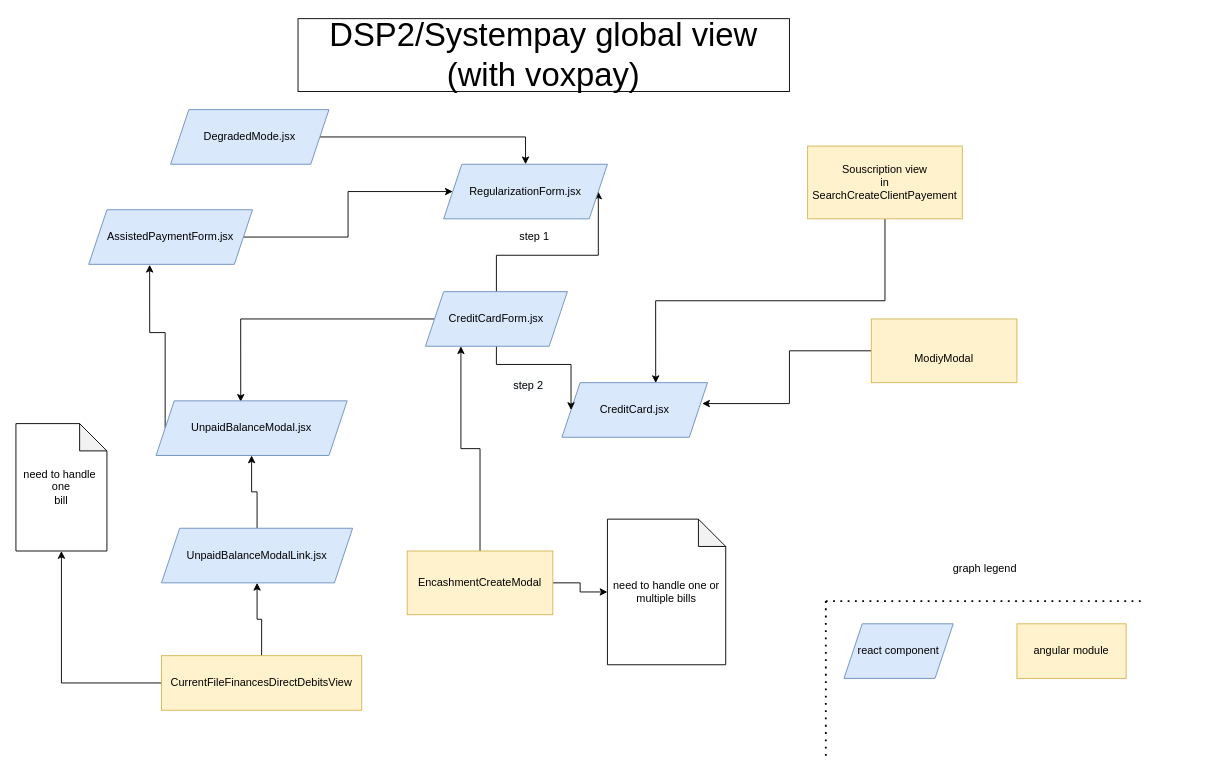
clemgbld/Diagram keeps this draw.io diagram as Diagramme sans nom.drawio. Above is the earlier version. Source tidied: cells renumbered, new cells numbered last; positions are measured from the earlier drawing's top-left corner, leaving out a move shared by most shapes. Both pictures are drawn from the tidied source at 91%, with x=0, y=0 at pixel (15, 18).
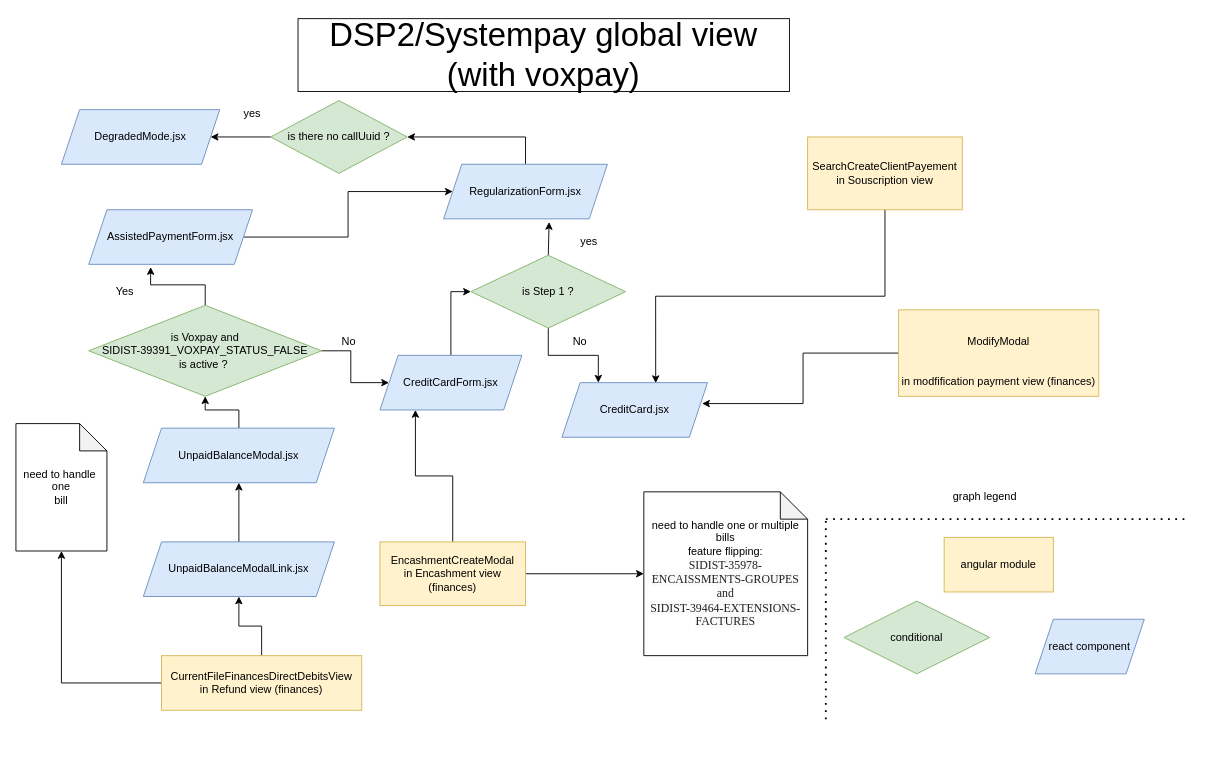
The same diagram, later.

Commit message:
Mettre à jour Diagramme sans nom.drawio

The change refers to these unchanged cells:
```xml
<mxCell id="4" value="CreditCard.jsx" style="shape=parallelogram;perimeter=parallelogramPerimeter;whiteSpace=wrap;html=1;fixedSize=1;fillColor=#dae8fc;strokeColor=#6c8ebf;" parent="1" vertex="1">
  <mxGeometry x="600" y="400" width="160" height="60" as="geometry" />
</mxCell>
<mxCell id="22" value="RegularizationForm.jsx" style="shape=parallelogram;perimeter=parallelogramPerimeter;whiteSpace=wrap;html=1;fixedSize=1;fontSize=12;fillColor=#dae8fc;strokeColor=#6c8ebf;" parent="1" vertex="1">
  <mxGeometry x="470" y="160" width="180" height="60" as="geometry" />
</mxCell>
<mxCell id="24" value="AssistedPaymentForm.jsx" style="shape=parallelogram;perimeter=parallelogramPerimeter;whiteSpace=wrap;html=1;fixedSize=1;fontSize=12;fillColor=#dae8fc;strokeColor=#6c8ebf;" parent="1" vertex="1">
  <mxGeometry x="80" y="210" width="180" height="60" as="geometry" />
</mxCell>
```

Diff of the diagram source:
```diff
@@
-    <mxCell id="3" value="Souscription view&lt;br&gt;in&lt;br&gt;SearchCreateClientPayement" style="rounded=0;whiteSpace=wrap;html=1;fillColor=#fff2cc;strokeColor=#d6b656;" parent="1" vertex="1">
-      <mxGeometry x="870" y="140" width="170" height="80" as="geometry" />
+    <mxCell id="3" value="SearchCreateClientPayement&lt;br&gt;in Souscription view&lt;br&gt;" style="rounded=0;whiteSpace=wrap;html=1;fillColor=#fff2cc;strokeColor=#d6b656;" parent="1" vertex="1">
+      <mxGeometry x="870" y="130" width="170" height="80" as="geometry" />
     </mxCell>
@@
-    <mxCell id="7" value="&lt;font style=&quot;font-size: 12px;&quot;&gt;ModiyModal&lt;/font&gt;" style="rounded=0;whiteSpace=wrap;html=1;fontSize=36;fillColor=#fff2cc;strokeColor=#d6b656;" parent="1" vertex="1">
-      <mxGeometry x="940" y="330" width="160" height="70" as="geometry" />
+    <mxCell id="7" value="&lt;font style=&quot;font-size: 12px;&quot;&gt;ModifyModal &lt;br&gt;in modfification payment view (finances)&lt;br&gt;&lt;/font&gt;" style="rounded=0;whiteSpace=wrap;html=1;fontSize=36;fillColor=#fff2cc;strokeColor=#d6b656;" parent="1" vertex="1">
+      <mxGeometry x="970" y="320" width="220" height="95" as="geometry" />
     </mxCell>
-    <mxCell id="8" style="edgeStyle=orthogonalEdgeStyle;rounded=0;jettySize=auto;html=1;exitX=0.5;exitY=1;exitDx=0;exitDy=0;entryX=0;entryY=0.5;entryDx=0;entryDy=0;fontSize=12;" parent="1" edge="1" source="11" target="4">
-      <mxGeometry relative="1" as="geometry" />
-    </mxCell>
-    <mxCell id="9" style="edgeStyle=orthogonalEdgeStyle;rounded=0;jettySize=auto;html=1;exitX=0;exitY=0.5;exitDx=0;exitDy=0;entryX=0.443;entryY=0.017;entryDx=0;entryDy=0;entryPerimeter=0;fontSize=12;" parent="1" edge="1" source="11" target="13">
-      <mxGeometry relative="1" as="geometry" />
-    </mxCell>
-    <mxCell id="10" style="edgeStyle=orthogonalEdgeStyle;rounded=0;jettySize=auto;html=1;exitX=0.5;exitY=0;exitDx=0;exitDy=0;entryX=1;entryY=0.5;entryDx=0;entryDy=0;fontSize=12;" parent="1" edge="1" source="11" target="22">
-      <mxGeometry relative="1" as="geometry" />
-    </mxCell>
+    <mxCell id="36" style="edgeStyle=orthogonalEdgeStyle;rounded=0;jettySize=auto;html=1;exitX=0.5;exitY=0;exitDx=0;exitDy=0;entryX=0;entryY=0.5;entryDx=0;entryDy=0;fontSize=12;" parent="1" edge="1" source="11" target="41">
+      <mxGeometry relative="1" as="geometry" />
+    </mxCell>
     <mxCell id="11" value="CreditCardForm.jsx" style="shape=parallelogram;perimeter=parallelogramPerimeter;whiteSpace=wrap;html=1;fixedSize=1;fontSize=12;fillColor=#dae8fc;strokeColor=#6c8ebf;" parent="1" vertex="1">
-      <mxGeometry x="450" y="300" width="156" height="60" as="geometry" />
+      <mxGeometry x="400" y="370" width="156" height="60" as="geometry" />
     </mxCell>
-    <mxCell id="12" style="edgeStyle=orthogonalEdgeStyle;rounded=0;jettySize=auto;html=1;exitX=0;exitY=0.5;exitDx=0;exitDy=0;entryX=0.372;entryY=1.008;entryDx=0;entryDy=0;entryPerimeter=0;fontSize=12;" parent="1" edge="1" source="13" target="24">
-      <mxGeometry relative="1" as="geometry" />
-    </mxCell>
+    <mxCell id="37" style="edgeStyle=orthogonalEdgeStyle;rounded=0;jettySize=auto;html=1;exitX=0.5;exitY=0;exitDx=0;exitDy=0;entryX=0.5;entryY=1;entryDx=0;entryDy=0;fontSize=12;" parent="1" edge="1" source="13" target="46">
+      <mxGeometry relative="1" as="geometry" />
+    </mxCell>
     <mxCell id="13" value="UnpaidBalanceModal.jsx" style="shape=parallelogram;perimeter=parallelogramPerimeter;whiteSpace=wrap;html=1;fixedSize=1;fontSize=12;fillColor=#dae8fc;strokeColor=#6c8ebf;" parent="1" vertex="1">
-      <mxGeometry x="154" y="420" width="210" height="60" as="geometry" />
+      <mxGeometry x="140" y="450" width="210" height="60" as="geometry" />
     </mxCell>
@@
     <mxCell id="15" value="UnpaidBalanceModalLink.jsx" style="shape=parallelogram;perimeter=parallelogramPerimeter;whiteSpace=wrap;html=1;fixedSize=1;fontSize=12;fillColor=#dae8fc;strokeColor=#6c8ebf;" parent="1" vertex="1">
-      <mxGeometry x="160" y="560" width="210" height="60" as="geometry" />
+      <mxGeometry x="140" y="575" width="210" height="60" as="geometry" />
     </mxCell>
@@
-    <mxCell id="18" value="CurrentFileFinancesDirectDebitsView" style="rounded=0;whiteSpace=wrap;html=1;fontSize=12;fillColor=#fff2cc;strokeColor=#d6b656;" parent="1" vertex="1">
+    <mxCell id="18" value="CurrentFileFinancesDirectDebitsView&lt;br&gt;in Refund view (finances)" style="rounded=0;whiteSpace=wrap;html=1;fontSize=12;fillColor=#fff2cc;strokeColor=#d6b656;" parent="1" vertex="1">
       <mxGeometry x="160" y="700" width="220" height="60" as="geometry" />
     </mxCell>
@@
-    <mxCell id="21" value="EncashmentCreateModal" style="rounded=0;whiteSpace=wrap;html=1;fontSize=12;fillColor=#fff2cc;strokeColor=#d6b656;" parent="1" vertex="1">
-      <mxGeometry x="430" y="585" width="160" height="70" as="geometry" />
+    <mxCell id="21" value="EncashmentCreateModal&lt;br&gt;in Encashment view (finances)" style="rounded=0;whiteSpace=wrap;html=1;fontSize=12;fillColor=#fff2cc;strokeColor=#d6b656;" parent="1" vertex="1">
+      <mxGeometry x="400" y="575" width="160" height="70" as="geometry" />
     </mxCell>
+    <mxCell id="38" style="edgeStyle=orthogonalEdgeStyle;rounded=0;jettySize=auto;html=1;exitX=0.5;exitY=0;exitDx=0;exitDy=0;fontSize=12;" parent="1" edge="1" source="22" target="50">
+      <mxGeometry relative="1" as="geometry" />
+    </mxCell>
@@
     <mxCell id="25" value="graph legend" style="text;html=1;strokeColor=none;fillColor=none;align=center;verticalAlign=middle;whiteSpace=wrap;rounded=0;fontSize=12;" parent="1" vertex="1">
-      <mxGeometry x="980" y="590" width="170" height="30" as="geometry" />
+      <mxGeometry x="980" y="510" width="170" height="30" as="geometry" />
     </mxCell>
     <mxCell id="26" style="endArrow=none;dashed=1;html=1;dashPattern=1 3;strokeWidth=2;rounded=0;fontSize=12;" parent="1" edge="1">
       <mxGeometry relative="1" as="geometry">
-        <mxPoint x="890" y="640" as="sourcePoint" />
-        <mxPoint x="1240" y="640" as="targetPoint" />
+        <mxPoint x="890" y="550" as="sourcePoint" />
+        <mxPoint x="1290" y="550" as="targetPoint" />
         <Array as="points">
-          <mxPoint x="1070" y="640" />
+          <mxPoint x="1120" y="550" />
         </Array>
       </mxGeometry>
     </mxCell>
     <mxCell id="27" style="endArrow=none;dashed=1;html=1;dashPattern=1 3;strokeWidth=2;rounded=0;fontSize=12;" parent="1" edge="1">
       <mxGeometry relative="1" as="geometry">
-        <mxPoint x="890" y="810" as="sourcePoint" />
-        <mxPoint x="890" y="640" as="targetPoint" />
+        <mxPoint x="890" y="770" as="sourcePoint" />
+        <mxPoint x="890" y="550" as="targetPoint" />
       </mxGeometry>
     </mxCell>
     <mxCell id="28" value="angular module" style="rounded=0;whiteSpace=wrap;html=1;fontSize=12;fillColor=#fff2cc;strokeColor=#d6b656;" parent="1" vertex="1">
-      <mxGeometry x="1100" y="665" width="120" height="60" as="geometry" />
+      <mxGeometry x="1020" y="570" width="120" height="60" as="geometry" />
     </mxCell>
     <mxCell id="29" value="react component" style="shape=parallelogram;perimeter=parallelogramPerimeter;whiteSpace=wrap;html=1;fixedSize=1;fontSize=12;fillColor=#dae8fc;strokeColor=#6c8ebf;" parent="1" vertex="1">
-      <mxGeometry x="910" y="665" width="120" height="60" as="geometry" />
+      <mxGeometry x="1120" y="660" width="120" height="60" as="geometry" />
     </mxCell>
-    <mxCell id="30" style="edgeStyle=orthogonalEdgeStyle;rounded=0;jettySize=auto;html=1;exitX=1;exitY=0.5;exitDx=0;exitDy=0;entryX=0.5;entryY=0;entryDx=0;entryDy=0;fontSize=12;" parent="1" edge="1" source="31" target="22">
-      <mxGeometry relative="1" as="geometry" />
-    </mxCell>
     <mxCell id="31" value="DegradedMode.jsx" style="shape=parallelogram;perimeter=parallelogramPerimeter;whiteSpace=wrap;html=1;fixedSize=1;fontSize=12;fillColor=#dae8fc;strokeColor=#6c8ebf;" parent="1" vertex="1">
-      <mxGeometry x="170" y="100" width="174" height="60" as="geometry" />
+      <mxGeometry x="50" y="100" width="174" height="60" as="geometry" />
     </mxCell>
@@
-    <mxCell id="33" value="need to handle one or multiple bills" style="shape=note;whiteSpace=wrap;html=1;backgroundOutline=1;darkOpacity=0.05;fontSize=12;" parent="1" vertex="1">
-      <mxGeometry x="650" y="550" width="130" height="160" as="geometry" />
+    <mxCell id="33" value="need to handle one or multiple bills&lt;br&gt;feature flipping:&lt;br&gt;&lt;span style=&quot;color: rgba(0, 0, 0, 0.87); font-family: &amp;quot;Roboto Slab&amp;quot;, serif; font-size: 13px; text-align: left; background-color: rgb(250, 250, 250);&quot;&gt;SIDIST-35978-ENCAISSMENTS-GROUPES and&lt;br&gt;&lt;/span&gt;&lt;span style=&quot;color: rgba(0, 0, 0, 0.87); font-family: &amp;quot;Roboto Slab&amp;quot;, serif; font-size: 13px; text-align: left; background-color: rgb(250, 250, 250);&quot;&gt;SIDIST-39464-EXTENSIONS-FACTURES&lt;/span&gt;&lt;span style=&quot;color: rgba(0, 0, 0, 0.87); font-family: &amp;quot;Roboto Slab&amp;quot;, serif; font-size: 13px; text-align: left; background-color: rgb(250, 250, 250);&quot;&gt;&lt;br&gt;&lt;/span&gt;" style="shape=note;whiteSpace=wrap;html=1;backgroundOutline=1;darkOpacity=0.05;fontSize=12;" parent="1" vertex="1">
+      <mxGeometry x="690" y="520" width="180" height="180" as="geometry" />
     </mxCell>
-    <mxCell id="34" value="step 1" style="text;html=1;strokeColor=none;fillColor=none;align=center;verticalAlign=middle;whiteSpace=wrap;rounded=0;fontSize=12;" parent="1" vertex="1">
-      <mxGeometry x="540" y="225" width="60" height="30" as="geometry" />
-    </mxCell>
-    <mxCell id="35" value="&lt;span style=&quot;color: rgb(0, 0, 0); font-family: Helvetica; font-size: 12px; font-style: normal; font-variant-ligatures: normal; font-variant-caps: normal; font-weight: 400; letter-spacing: normal; orphans: 2; text-align: center; text-indent: 0px; text-transform: none; widows: 2; word-spacing: 0px; -webkit-text-stroke-width: 0px; background-color: rgb(248, 249, 250); text-decoration-thickness: initial; text-decoration-style: initial; text-decoration-color: initial; float: none; display: inline !important;&quot;&gt;step 2&lt;/span&gt;" style="text;whiteSpace=wrap;html=1;fontSize=12;" parent="1" vertex="1">
-      <mxGeometry x="545" y="390" width="70" height="40" as="geometry" />
-    </mxCell>
+    <mxCell id="39" style="edgeStyle=orthogonalEdgeStyle;rounded=0;jettySize=auto;html=1;exitX=0.5;exitY=0;exitDx=0;exitDy=0;entryX=0.644;entryY=1.058;entryDx=0;entryDy=0;entryPerimeter=0;fontSize=12;" parent="1" edge="1" source="41" target="22">
+      <mxGeometry relative="1" as="geometry" />
+    </mxCell>
+    <mxCell id="40" style="edgeStyle=orthogonalEdgeStyle;rounded=0;jettySize=auto;html=1;exitX=0.5;exitY=1;exitDx=0;exitDy=0;entryX=0.25;entryY=0;entryDx=0;entryDy=0;fontSize=12;" parent="1" edge="1" source="41" target="4">
+      <mxGeometry relative="1" as="geometry" />
+    </mxCell>
+    <mxCell id="41" value="is Step 1 ?" style="rhombus;whiteSpace=wrap;html=1;fontSize=12;fillColor=#d5e8d4;strokeColor=#82b366;" parent="1" vertex="1">
+      <mxGeometry x="500" y="260" width="170" height="80" as="geometry" />
+    </mxCell>
+    <mxCell id="42" value="No" style="text;html=1;strokeColor=none;fillColor=none;align=center;verticalAlign=middle;whiteSpace=wrap;rounded=0;fontSize=12;" parent="1" vertex="1">
+      <mxGeometry x="590" y="340" width="60" height="30" as="geometry" />
+    </mxCell>
+    <mxCell id="43" value="yes" style="text;html=1;strokeColor=none;fillColor=none;align=center;verticalAlign=middle;whiteSpace=wrap;rounded=0;fontSize=12;" parent="1" vertex="1">
+      <mxGeometry x="600" y="230" width="60" height="30" as="geometry" />
+    </mxCell>
+    <mxCell id="44" style="edgeStyle=orthogonalEdgeStyle;rounded=0;jettySize=auto;html=1;exitX=1;exitY=0.5;exitDx=0;exitDy=0;fontSize=12;" parent="1" edge="1" source="46" target="11">
+      <mxGeometry relative="1" as="geometry" />
+    </mxCell>
+    <mxCell id="45" style="edgeStyle=orthogonalEdgeStyle;rounded=0;jettySize=auto;html=1;exitX=0.5;exitY=0;exitDx=0;exitDy=0;entryX=0.378;entryY=1.05;entryDx=0;entryDy=0;entryPerimeter=0;fontSize=12;" parent="1" edge="1" source="46" target="24">
+      <mxGeometry relative="1" as="geometry" />
+    </mxCell>
+    <mxCell id="46" value="is Voxpay and &lt;br&gt;SIDIST-39391_VOXPAY_STATUS_FALSE&lt;br&gt;&lt;span style=&quot;background-color: initial; text-align: left;&quot;&gt;is active ?&amp;nbsp;&lt;/span&gt;" style="rhombus;whiteSpace=wrap;html=1;fontSize=12;fillColor=#d5e8d4;strokeColor=#82b366;" parent="1" vertex="1">
+      <mxGeometry x="80" y="315" width="256" height="100" as="geometry" />
+    </mxCell>
+    <mxCell id="47" value="No" style="text;html=1;strokeColor=none;fillColor=none;align=center;verticalAlign=middle;whiteSpace=wrap;rounded=0;fontSize=12;" parent="1" vertex="1">
+      <mxGeometry x="336" y="340" width="60" height="30" as="geometry" />
+    </mxCell>
+    <mxCell id="48" value="Yes" style="text;html=1;strokeColor=none;fillColor=none;align=center;verticalAlign=middle;whiteSpace=wrap;rounded=0;fontSize=12;" parent="1" vertex="1">
+      <mxGeometry x="90" y="285" width="60" height="30" as="geometry" />
+    </mxCell>
+    <mxCell id="49" style="edgeStyle=orthogonalEdgeStyle;rounded=0;jettySize=auto;html=1;exitX=0;exitY=0.5;exitDx=0;exitDy=0;entryX=1;entryY=0.5;entryDx=0;entryDy=0;fontSize=12;" parent="1" edge="1" source="50" target="31">
+      <mxGeometry relative="1" as="geometry" />
+    </mxCell>
+    <mxCell id="50" value="is there no callUuid ?" style="rhombus;whiteSpace=wrap;html=1;fontSize=12;fillColor=#d5e8d4;strokeColor=#82b366;" parent="1" vertex="1">
+      <mxGeometry x="280" y="90" width="150" height="80" as="geometry" />
+    </mxCell>
+    <mxCell id="51" value="yes" style="text;html=1;strokeColor=none;fillColor=none;align=center;verticalAlign=middle;whiteSpace=wrap;rounded=0;fontSize=12;" parent="1" vertex="1">
+      <mxGeometry x="230" y="90" width="60" height="30" as="geometry" />
+    </mxCell>
+    <mxCell id="52" value="conditional" style="rhombus;whiteSpace=wrap;html=1;fontSize=12;fillColor=#d5e8d4;strokeColor=#82b366;" parent="1" vertex="1">
+      <mxGeometry x="910" y="640" width="160" height="80" as="geometry" />
+    </mxCell>
```
